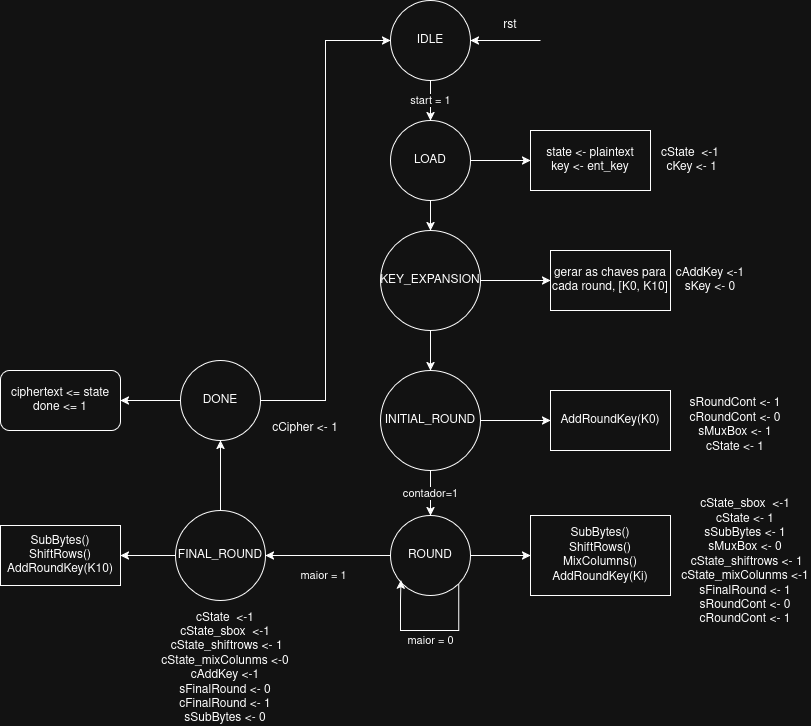
Above: diagramas/FSM Criptografia Aes.drawio.png in BiFrostyr/Criptografia-AES-para-sistemas-digitais (draw.io), before the change. Source tidied: cells renumbered, new cells last; positions are measured from the earlier drawing's top-left corner, leaving out a move shared by most shapes.
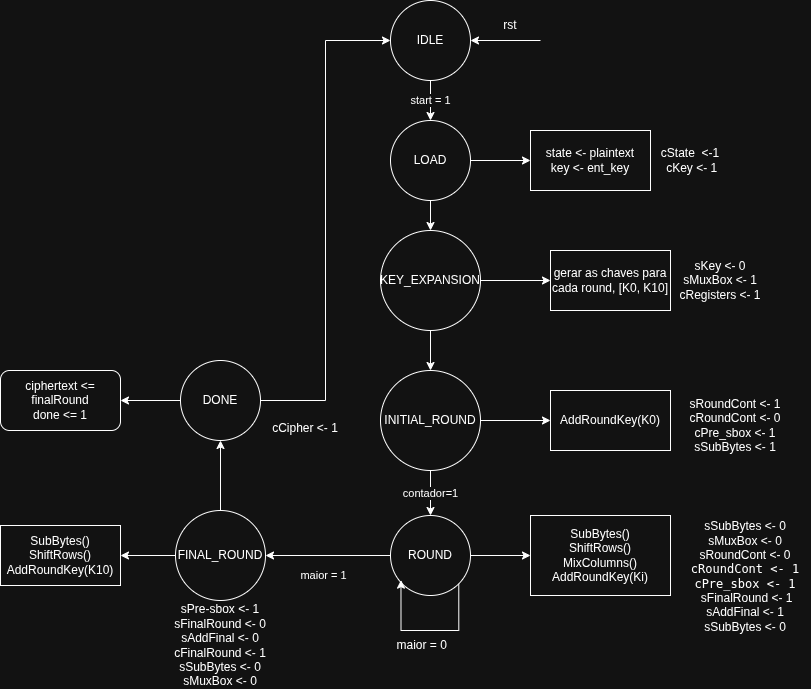
After the commit.

Commit message:
atualiza fsm

What changed in the source:
```diff
@@ -74,35 +74,34 @@
     <mxCell id="25" value="&lt;div&gt;SubBytes()&lt;/div&gt;&lt;div&gt;ShiftRows()&lt;/div&gt;&lt;div&gt;MixColumns()&lt;/div&gt;&lt;div&gt;AddRoundKey(Ki)&lt;/div&gt;" style="whiteSpace=wrap;html=1;" parent="1" vertex="1">
       <mxGeometry x="530" y="515" width="140" height="80" as="geometry" />
     </mxCell>
-    <mxCell id="26" value="maior = 0" style="edgeStyle=orthogonalEdgeStyle;rounded=0;orthogonalLoop=1;jettySize=auto;html=1;entryX=0.131;entryY=0.808;entryDx=0;entryDy=0;exitX=1;exitY=1;exitDx=0;exitDy=0;entryPerimeter=0;" parent="1" edge="1" source="15" target="15">
+    <mxCell id="26" style="edgeStyle=orthogonalEdgeStyle;rounded=0;orthogonalLoop=1;jettySize=auto;html=1;entryX=0.131;entryY=0.808;entryDx=0;entryDy=0;exitX=1;exitY=1;exitDx=0;exitDy=0;entryPerimeter=0;" parent="1" edge="1" source="15" target="15">
       <mxGeometry x="-0.04" y="10" relative="1" as="geometry">
         <Array as="points">
           <mxPoint x="458" y="630" />
-          <mxPoint x="400" y="630" />
-          <mxPoint x="400" y="600" />
+          <mxPoint x="401" y="630" />
         </Array>
       </mxGeometry>
     </mxCell>
     <mxCell id="27" value="&lt;div&gt;SubBytes()&lt;/div&gt;&lt;div&gt;ShiftRows()&lt;/div&gt;&lt;div&gt;AddRoundKey(K10)&lt;/div&gt;" style="whiteSpace=wrap;html=1;" parent="1" vertex="1">
       <mxGeometry y="525" width="120" height="60" as="geometry" />
     </mxCell>
-    <mxCell id="28" value="&lt;div&gt;ciphertext &amp;lt;= state&lt;/div&gt;&lt;div&gt;done &amp;lt;= 1&lt;/div&gt;" style="rounded=1;whiteSpace=wrap;html=1;" parent="1" vertex="1">
+    <mxCell id="28" value="&lt;div&gt;ciphertext &amp;lt;= finalRound&lt;/div&gt;&lt;div&gt;done &amp;lt;= 1&lt;/div&gt;" style="rounded=1;whiteSpace=wrap;html=1;" parent="1" vertex="1">
       <mxGeometry y="370" width="120" height="60" as="geometry" />
     </mxCell>
     <mxCell id="29" value="cState&amp;nbsp;&amp;nbsp;&lt;span style=&quot;background-color: transparent; color: light-dark(rgb(0, 0, 0), rgb(255, 255, 255));&quot;&gt;&amp;lt;-1&lt;/span&gt;&lt;div&gt;&lt;span style=&quot;background-color: transparent; color: light-dark(rgb(0, 0, 0), rgb(255, 255, 255));&quot;&gt;&amp;nbsp;&lt;/span&gt;&lt;span style=&quot;background-color: transparent; color: light-dark(rgb(0, 0, 0), rgb(255, 255, 255));&quot;&gt;cKey &amp;lt;- 1&lt;/span&gt;&lt;/div&gt;" style="text;html=1;whiteSpace=wrap;strokeColor=none;fillColor=none;align=center;verticalAlign=middle;rounded=0;" parent="1" vertex="1">
       <mxGeometry x="640" y="145" width="100" height="30" as="geometry" />
     </mxCell>
-    <mxCell id="30" value="cState_sbox&amp;nbsp;&amp;nbsp;&lt;span style=&quot;background-color: transparent; color: light-dark(rgb(0, 0, 0), rgb(255, 255, 255));&quot;&gt;&amp;lt;-1&lt;/span&gt;&lt;div&gt;cState &amp;lt;- 1&lt;/div&gt;&lt;div&gt;sSubBytes &amp;lt;- 1&lt;/div&gt;&lt;div&gt;sMuxBox &amp;lt;- 0&lt;/div&gt;&lt;div&gt;&lt;div&gt;&lt;span style=&quot;background-color: transparent; color: light-dark(rgb(0, 0, 0), rgb(255, 255, 255));&quot;&gt;&amp;nbsp;&lt;/span&gt;cState_shiftrows&lt;span style=&quot;background-color: transparent; color: light-dark(rgb(0, 0, 0), rgb(255, 255, 255));&quot;&gt;&amp;nbsp;&amp;lt;- 1&lt;/span&gt;&lt;/div&gt;&lt;div&gt;&lt;span style=&quot;background-color: transparent; color: light-dark(rgb(0, 0, 0), rgb(255, 255, 255));&quot;&gt;cState_mixColunms&lt;/span&gt;&lt;span style=&quot;background-color: transparent; color: light-dark(rgb(0, 0, 0), rgb(255, 255, 255));&quot;&gt;&amp;nbsp;&amp;lt;-1&lt;/span&gt;&lt;/div&gt;&lt;div&gt;&lt;span style=&quot;background-color: transparent; color: light-dark(rgb(0, 0, 0), rgb(255, 255, 255));&quot;&gt;sFinalRound &amp;lt;- 1&lt;/span&gt;&lt;/div&gt;&lt;div&gt;&lt;span style=&quot;background-color: transparent; color: light-dark(rgb(0, 0, 0), rgb(255, 255, 255));&quot;&gt;sRoundCont &amp;lt;- 0&lt;/span&gt;&lt;/div&gt;&lt;div&gt;&lt;span style=&quot;background-color: transparent; color: light-dark(rgb(0, 0, 0), rgb(255, 255, 255));&quot;&gt;cRoundCont &amp;lt;- 1&lt;/span&gt;&lt;/div&gt;&lt;div&gt;&lt;span style=&quot;background-color: transparent; color: light-dark(rgb(0, 0, 0), rgb(255, 255, 255));&quot;&gt;&lt;br&gt;&lt;/span&gt;&lt;/div&gt;&lt;/div&gt;" style="text;html=1;whiteSpace=wrap;strokeColor=none;fillColor=none;align=center;verticalAlign=middle;rounded=0;" parent="1" vertex="1">
+    <mxCell id="30" value="&lt;br&gt;&lt;div&gt;sSubBytes &amp;lt;- 0&lt;/div&gt;&lt;div&gt;sMuxBox &amp;lt;- 0&lt;/div&gt;&lt;div&gt;sRoundCont &amp;lt;- 0&lt;/div&gt;&lt;div&gt;&lt;span style=&quot;font-family: monospace;&quot;&gt;cRoundCont &amp;lt;- 1&lt;/span&gt;&lt;/div&gt;&lt;div&gt;&lt;span style=&quot;font-family: monospace;&quot;&gt;cPre_sbox &amp;lt;- 1&lt;/span&gt;&lt;/div&gt;&lt;div&gt;&lt;div&gt;&lt;span style=&quot;background-color: transparent; color: light-dark(rgb(0, 0, 0), rgb(255, 255, 255));&quot;&gt;&amp;nbsp;sFinalRound &amp;lt;- 1&lt;/span&gt;&lt;/div&gt;&lt;div&gt;&lt;span style=&quot;background-color: transparent; color: light-dark(rgb(0, 0, 0), rgb(255, 255, 255));&quot;&gt;sAddFinal &amp;lt;- 1&lt;/span&gt;&lt;/div&gt;&lt;div&gt;sSubBytes &amp;lt;- 0&lt;/div&gt;&lt;/div&gt;" style="text;html=1;whiteSpace=wrap;strokeColor=none;fillColor=none;align=center;verticalAlign=middle;rounded=0;" parent="1" vertex="1">
       <mxGeometry x="680" y="499" width="130" height="140" as="geometry" />
     </mxCell>
-    <mxCell id="31" value="&lt;div&gt;cAddKey &amp;lt;-1&lt;/div&gt;&lt;div&gt;sKey &amp;lt;- 0&lt;/div&gt;" style="text;html=1;whiteSpace=wrap;strokeColor=none;fillColor=none;align=center;verticalAlign=middle;rounded=0;" parent="1" vertex="1">
-      <mxGeometry x="660" y="265" width="100" height="30" as="geometry" />
+    <mxCell id="31" value="&lt;div&gt;&lt;span style=&quot;background-color: transparent; color: light-dark(rgb(0, 0, 0), rgb(255, 255, 255));&quot;&gt;sKey &amp;lt;- 0&lt;/span&gt;&lt;/div&gt;&lt;div&gt;&lt;span style=&quot;background-color: transparent; color: light-dark(rgb(0, 0, 0), rgb(255, 255, 255));&quot;&gt;sMuxBox &amp;lt;- 1&lt;/span&gt;&lt;/div&gt;&lt;div&gt;&lt;span style=&quot;background-color: transparent; color: light-dark(rgb(0, 0, 0), rgb(255, 255, 255));&quot;&gt;cRegisters &amp;lt;- 1&lt;/span&gt;&lt;/div&gt;" style="text;html=1;whiteSpace=wrap;strokeColor=none;fillColor=none;align=center;verticalAlign=middle;rounded=0;" parent="1" vertex="1">
+      <mxGeometry x="670" y="265" width="100" height="30" as="geometry" />
     </mxCell>
-    <mxCell id="32" value="&lt;div&gt;sRoundCont &amp;lt;- 1&lt;/div&gt;&lt;div&gt;cRoundCont &amp;lt;- 0&lt;/div&gt;&lt;div&gt;sMuxBox &amp;lt;- 1&lt;/div&gt;&lt;div&gt;cState &amp;lt;- 1&lt;/div&gt;" style="text;html=1;whiteSpace=wrap;strokeColor=none;fillColor=none;align=center;verticalAlign=middle;rounded=0;" parent="1" vertex="1">
+    <mxCell id="32" value="&lt;div&gt;sRoundCont &amp;lt;- 1&lt;/div&gt;&lt;div&gt;cRoundCont &amp;lt;- 0&lt;/div&gt;&lt;div&gt;&lt;span style=&quot;background-color: transparent; color: light-dark(rgb(0, 0, 0), rgb(255, 255, 255));&quot;&gt;cPre_sbox &amp;lt;- 1&lt;/span&gt;&lt;/div&gt;&lt;div&gt;&lt;span style=&quot;background-color: transparent; color: light-dark(rgb(0, 0, 0), rgb(255, 255, 255));&quot;&gt;sSubBytes &amp;lt;- 1&lt;/span&gt;&lt;/div&gt;" style="text;html=1;whiteSpace=wrap;strokeColor=none;fillColor=none;align=center;verticalAlign=middle;rounded=0;" parent="1" vertex="1">
       <mxGeometry x="680" y="410" width="110" height="30" as="geometry" />
     </mxCell>
-    <mxCell id="33" value="cState&amp;nbsp;&amp;nbsp;&lt;span style=&quot;background-color: transparent; color: light-dark(rgb(0, 0, 0), rgb(255, 255, 255));&quot;&gt;&amp;lt;-1&lt;/span&gt;&lt;div&gt;cState_sbox&amp;nbsp;&amp;nbsp;&lt;span style=&quot;color: light-dark(rgb(0, 0, 0), rgb(255, 255, 255)); background-color: transparent;&quot;&gt;&amp;lt;-1&lt;/span&gt;&lt;br&gt;&lt;div&gt;&lt;span style=&quot;background-color: transparent; color: light-dark(rgb(0, 0, 0), rgb(255, 255, 255));&quot;&gt;&amp;nbsp;&lt;/span&gt;cState_shiftrows&lt;span style=&quot;background-color: transparent; color: light-dark(rgb(0, 0, 0), rgb(255, 255, 255));&quot;&gt;&amp;nbsp;&amp;lt;- 1&lt;/span&gt;&lt;/div&gt;&lt;div&gt;&lt;span style=&quot;background-color: transparent; color: light-dark(rgb(0, 0, 0), rgb(255, 255, 255));&quot;&gt;cState_mixColunms&lt;/span&gt;&lt;span style=&quot;background-color: transparent; color: light-dark(rgb(0, 0, 0), rgb(255, 255, 255));&quot;&gt;&amp;nbsp;&amp;lt;-0&lt;/span&gt;&lt;/div&gt;&lt;div&gt;&lt;span style=&quot;background-color: transparent; color: light-dark(rgb(0, 0, 0), rgb(255, 255, 255));&quot;&gt;cAddKey &amp;lt;-1&lt;/span&gt;&lt;/div&gt;&lt;div&gt;&lt;span style=&quot;background-color: transparent; color: light-dark(rgb(0, 0, 0), rgb(255, 255, 255));&quot;&gt;sFinalRound &amp;lt;- 0&lt;/span&gt;&lt;/div&gt;&lt;div&gt;cFinalRound &amp;lt;- 1&lt;span style=&quot;background-color: transparent; color: light-dark(rgb(0, 0, 0), rgb(255, 255, 255));&quot;&gt;&lt;/span&gt;&lt;/div&gt;&lt;div&gt;&lt;span style=&quot;background-color: transparent; color: light-dark(rgb(0, 0, 0), rgb(255, 255, 255));&quot;&gt;sSubBytes &amp;lt;- 0&lt;/span&gt;&lt;/div&gt;&lt;/div&gt;" style="text;html=1;whiteSpace=wrap;strokeColor=none;fillColor=none;align=center;verticalAlign=middle;rounded=0;" parent="1" vertex="1">
-      <mxGeometry x="160" y="630" width="130" height="75" as="geometry" />
+    <mxCell id="33" value="sPre-sbox &amp;lt;- 1&lt;br&gt;&lt;div&gt;&lt;div&gt;&lt;span style=&quot;background-color: transparent; color: light-dark(rgb(0, 0, 0), rgb(255, 255, 255));&quot;&gt;sFinalRound &amp;lt;- 0&lt;/span&gt;&lt;/div&gt;&lt;div&gt;&lt;span style=&quot;background-color: transparent; color: light-dark(rgb(0, 0, 0), rgb(255, 255, 255));&quot;&gt;sAddFinal &amp;lt;- 0&lt;/span&gt;&lt;/div&gt;&lt;div&gt;cFinalRound &amp;lt;- 1&lt;span style=&quot;background-color: transparent; color: light-dark(rgb(0, 0, 0), rgb(255, 255, 255));&quot;&gt;&lt;/span&gt;&lt;/div&gt;&lt;div&gt;&lt;span style=&quot;background-color: transparent; color: light-dark(rgb(0, 0, 0), rgb(255, 255, 255));&quot;&gt;sSubBytes &amp;lt;- 0&lt;/span&gt;&lt;/div&gt;&lt;/div&gt;&lt;div&gt;&lt;span style=&quot;background-color: transparent; color: light-dark(rgb(0, 0, 0), rgb(255, 255, 255));&quot;&gt;sMuxBox &amp;lt;- 0&lt;/span&gt;&lt;/div&gt;" style="text;html=1;whiteSpace=wrap;strokeColor=none;fillColor=none;align=center;verticalAlign=middle;rounded=0;" parent="1" vertex="1">
+      <mxGeometry x="155" y="607.5" width="130" height="75" as="geometry" />
     </mxCell>
     <mxCell id="34" value="&lt;div&gt;cCipher &amp;lt;- 1&lt;/div&gt;" style="text;html=1;whiteSpace=wrap;strokeColor=none;fillColor=none;align=center;verticalAlign=middle;rounded=0;" parent="1" vertex="1">
       <mxGeometry x="240" y="390" width="130" height="75" as="geometry" />
@@ -115,5 +114,8 @@
     <mxCell id="36" value="rst" style="text;html=1;whiteSpace=wrap;strokeColor=none;fillColor=none;align=center;verticalAlign=middle;rounded=0;" parent="1" vertex="1">
       <mxGeometry x="480" y="10" width="60" height="30" as="geometry" />
     </mxCell>
+    <mxCell id="37" value="&lt;div&gt;&amp;nbsp;maior = 0&lt;/div&gt;" style="text;html=1;whiteSpace=wrap;strokeColor=none;fillColor=none;align=center;verticalAlign=middle;rounded=0;" parent="1" vertex="1">
+      <mxGeometry x="390" y="630" width="60" height="30" as="geometry" />
+    </mxCell>
   </root>
 </mxGraphModel>
```
